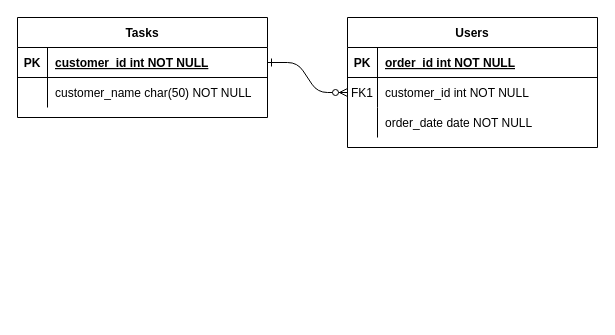
This is entity_relationship_diagram.drawio from reaperxyndrome/my-todo, a draw.io file, before an edit. Source tidied: cells renumbered, new cells numbered last; positions are measured from the earlier drawing's top-left corner, leaving out a move shared by most shapes. Both pictures are drawn from the tidied source at 100%, with x=0, y=0 at pixel (17, 17).
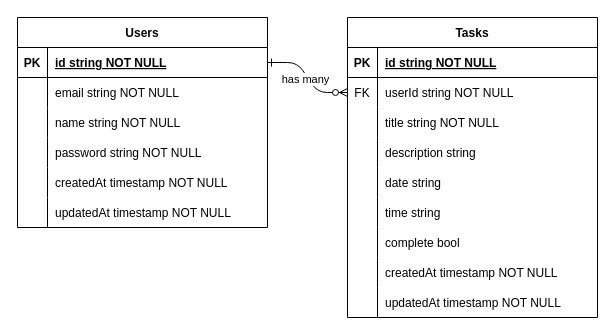
The same page after the edit.

Unchanged cells that the change refers to:
```xml
<mxCell id="14" style="shape=partialRectangle;fillColor=none;points=[[0,0.5],[1,0.5]];portConstraint=eastwest;top=0;left=0;right=0;bottom=1;" parent="13" vertex="1">
  <mxGeometry y="30" width="250" height="30" as="geometry" />
</mxCell>
<mxCell id="17" style="shape=partialRectangle;fillColor=none;top=0;left=0;right=0;bottom=0;" parent="13" vertex="1">
  <mxGeometry y="60" width="250" height="30" as="geometry" />
</mxCell>
```

Change to the diagram source:
```diff
@@
-    <mxCell id="2" style="edgeStyle=entityRelationEdgeStyle;endArrow=ERzeroToMany;startArrow=ERone;endFill=1;startFill=0;" parent="1" edge="1" source="14" target="7">
-      <mxGeometry relative="1" as="geometry" />
+    <mxCell id="2" style="edgeStyle=entityRelationEdgeStyle;endArrow=ERzeroToMany;startArrow=ERone;endFill=1;startFill=0;entryX=0;entryY=0.5;entryDx=0;entryDy=0;" parent="1" edge="1" source="14" target="33">
+      <mxGeometry relative="1" as="geometry">
+        <Array as="points">
+          <mxPoint x="330" y="210" />
+        </Array>
+      </mxGeometry>
     </mxCell>
-    <mxCell id="3" value="Users" style="shape=table;startSize=30;childLayout=tableLayout;rowLines=0;fontStyle=1;align=center;" parent="1" vertex="1">
-      <mxGeometry x="330" width="250" height="130" as="geometry" />
-    </mxCell>
-    <mxCell id="4" style="shape=partialRectangle;fillColor=none;top=0;left=0;right=0;bottom=1;" parent="3" vertex="1">
-      <mxGeometry y="30" width="250" height="30" as="geometry" />
-    </mxCell>
-    <mxCell id="5" value="PK" style="shape=partialRectangle;overflow=hidden;fillColor=none;top=0;left=0;bottom=0;right=0;fontStyle=1;" parent="4" vertex="1">
-      <mxGeometry width="30" height="30" as="geometry" />
-    </mxCell>
-    <mxCell id="6" value="order_id int NOT NULL " style="shape=partialRectangle;overflow=hidden;fillColor=none;top=0;left=0;bottom=0;right=0;align=left;spacingLeft=6;fontStyle=5;" parent="4" vertex="1">
-      <mxGeometry x="30" width="220" height="30" as="geometry" />
-    </mxCell>
-    <mxCell id="7" style="shape=partialRectangle;fillColor=none;points=[[0,0.5],[1,0.5]];portConstraint=eastwest;top=0;left=0;right=0;bottom=0;" parent="3" vertex="1">
-      <mxGeometry y="60" width="250" height="30" as="geometry" />
-    </mxCell>
-    <mxCell id="8" value="FK1" style="shape=partialRectangle;overflow=hidden;fillColor=none;top=0;left=0;bottom=0;right=0;" parent="7" vertex="1">
-      <mxGeometry width="30" height="30" as="geometry" />
-    </mxCell>
-    <mxCell id="9" value="customer_id int NOT NULL" style="shape=partialRectangle;overflow=hidden;fillColor=none;top=0;left=0;bottom=0;right=0;align=left;spacingLeft=6;" parent="7" vertex="1">
-      <mxGeometry x="30" width="220" height="30" as="geometry" />
-    </mxCell>
-    <mxCell id="10" style="shape=partialRectangle;fillColor=none;top=0;left=0;right=0;bottom=0;" parent="3" vertex="1">
-      <mxGeometry y="90" width="250" height="30" as="geometry" />
-    </mxCell>
-    <mxCell id="11" style="shape=partialRectangle;overflow=hidden;fillColor=none;top=0;left=0;bottom=0;right=0;" parent="10" vertex="1">
-      <mxGeometry width="30" height="30" as="geometry" />
-    </mxCell>
-    <mxCell id="12" value="order_date date NOT NULL" style="shape=partialRectangle;overflow=hidden;fillColor=none;top=0;left=0;bottom=0;right=0;align=left;spacingLeft=6;" parent="10" vertex="1">
-      <mxGeometry x="30" width="220" height="30" as="geometry" />
-    </mxCell>
+    <mxCell id="20" value="has many" style="edgeLabel;html=1;align=center;verticalAlign=middle;" parent="2" vertex="1">
+      <mxGeometry x="-0.01" y="-3" relative="1" as="geometry" />
+    </mxCell>
-    <mxCell id="13" value="Tasks" style="shape=table;startSize=30;childLayout=tableLayout;rowLines=0;fontStyle=1;align=center;" parent="1" vertex="1">
-      <mxGeometry width="250" height="100" as="geometry" />
+    <mxCell id="13" value="Users" style="shape=table;startSize=30;childLayout=tableLayout;rowLines=0;fontStyle=1;align=center;" parent="1" vertex="1">
+      <mxGeometry width="250" height="210" as="geometry" />
     </mxCell>
@@
-    <mxCell id="16" value="customer_id int NOT NULL " style="shape=partialRectangle;overflow=hidden;fillColor=none;top=0;left=0;bottom=0;right=0;align=left;spacingLeft=6;fontStyle=5;" parent="14" vertex="1">
+    <mxCell id="16" value="id string NOT NULL " style="shape=partialRectangle;overflow=hidden;fillColor=none;top=0;left=0;bottom=0;right=0;align=left;spacingLeft=6;fontStyle=5;" parent="14" vertex="1">
       <mxGeometry x="30" width="220" height="30" as="geometry" />
     </mxCell>
@@
-    <mxCell id="19" value="customer_name char(50) NOT NULL" style="shape=partialRectangle;overflow=hidden;fillColor=none;top=0;left=0;bottom=0;right=0;align=left;spacingLeft=6;" parent="17" vertex="1">
+    <mxCell id="19" value="email string NOT NULL" style="shape=partialRectangle;overflow=hidden;fillColor=none;top=0;left=0;bottom=0;right=0;align=left;spacingLeft=6;" parent="17" vertex="1">
       <mxGeometry x="30" width="220" height="30" as="geometry" />
     </mxCell>
+    <mxCell id="21" style="shape=partialRectangle;fillColor=none;top=0;left=0;right=0;bottom=0;" parent="13" vertex="1">
+      <mxGeometry y="90" width="250" height="30" as="geometry" />
+    </mxCell>
+    <mxCell id="22" style="shape=partialRectangle;overflow=hidden;fillColor=none;top=0;left=0;bottom=0;right=0;" parent="21" vertex="1">
+      <mxGeometry width="30" height="30" as="geometry" />
+    </mxCell>
+    <mxCell id="23" value="name string NOT NULL" style="shape=partialRectangle;overflow=hidden;fillColor=none;top=0;left=0;bottom=0;right=0;align=left;spacingLeft=6;" parent="21" vertex="1">
+      <mxGeometry x="30" width="220" height="30" as="geometry" />
+    </mxCell>
+    <mxCell id="24" style="shape=partialRectangle;fillColor=none;top=0;left=0;right=0;bottom=0;" parent="13" vertex="1">
+      <mxGeometry y="120" width="250" height="30" as="geometry" />
+    </mxCell>
+    <mxCell id="25" style="shape=partialRectangle;overflow=hidden;fillColor=none;top=0;left=0;bottom=0;right=0;" parent="24" vertex="1">
+      <mxGeometry width="30" height="30" as="geometry" />
+    </mxCell>
+    <mxCell id="26" value="password string NOT NULL" style="shape=partialRectangle;overflow=hidden;fillColor=none;top=0;left=0;bottom=0;right=0;align=left;spacingLeft=6;" parent="24" vertex="1">
+      <mxGeometry x="30" width="220" height="30" as="geometry" />
+    </mxCell>
+    <mxCell id="27" style="shape=partialRectangle;fillColor=none;top=0;left=0;right=0;bottom=0;" parent="13" vertex="1">
+      <mxGeometry y="150" width="250" height="30" as="geometry" />
+    </mxCell>
+    <mxCell id="28" style="shape=partialRectangle;overflow=hidden;fillColor=none;top=0;left=0;bottom=0;right=0;" parent="27" vertex="1">
+      <mxGeometry width="30" height="30" as="geometry" />
+    </mxCell>
+    <mxCell id="29" value="createdAt timestamp NOT NULL" style="shape=partialRectangle;overflow=hidden;fillColor=none;top=0;left=0;bottom=0;right=0;align=left;spacingLeft=6;" parent="27" vertex="1">
+      <mxGeometry x="30" width="220" height="30" as="geometry" />
+    </mxCell>
+    <mxCell id="30" style="shape=partialRectangle;fillColor=none;top=0;left=0;right=0;bottom=0;" parent="13" vertex="1">
+      <mxGeometry y="180" width="250" height="30" as="geometry" />
+    </mxCell>
+    <mxCell id="31" style="shape=partialRectangle;overflow=hidden;fillColor=none;top=0;left=0;bottom=0;right=0;" parent="30" vertex="1">
+      <mxGeometry width="30" height="30" as="geometry" />
+    </mxCell>
+    <mxCell id="32" value="updatedAt timestamp NOT NULL" style="shape=partialRectangle;overflow=hidden;fillColor=none;top=0;left=0;bottom=0;right=0;align=left;spacingLeft=6;" parent="30" vertex="1">
+      <mxGeometry x="30" width="220" height="30" as="geometry" />
+    </mxCell>
+    <mxCell id="3" value="Tasks" style="shape=table;startSize=30;childLayout=tableLayout;rowLines=0;fontStyle=1;align=center;" parent="1" vertex="1">
+      <mxGeometry x="330" width="250" height="300" as="geometry" />
+    </mxCell>
+    <mxCell id="4" style="shape=partialRectangle;fillColor=none;top=0;left=0;right=0;bottom=1;" parent="3" vertex="1">
+      <mxGeometry y="30" width="250" height="30" as="geometry" />
+    </mxCell>
+    <mxCell id="5" value="PK" style="shape=partialRectangle;overflow=hidden;fillColor=none;top=0;left=0;bottom=0;right=0;fontStyle=1;" parent="4" vertex="1">
+      <mxGeometry width="30" height="30" as="geometry" />
+    </mxCell>
+    <mxCell id="6" value="id string NOT NULL " style="shape=partialRectangle;overflow=hidden;fillColor=none;top=0;left=0;bottom=0;right=0;align=left;spacingLeft=6;fontStyle=5;" parent="4" vertex="1">
+      <mxGeometry x="30" width="220" height="30" as="geometry" />
+    </mxCell>
+    <mxCell id="33" style="shape=partialRectangle;fillColor=none;points=[[0,0.5],[1,0.5]];portConstraint=eastwest;top=0;left=0;right=0;bottom=0;" parent="3" vertex="1">
+      <mxGeometry y="60" width="250" height="30" as="geometry" />
+    </mxCell>
+    <mxCell id="34" value="FK" style="shape=partialRectangle;overflow=hidden;fillColor=none;top=0;left=0;bottom=0;right=0;" parent="33" vertex="1">
+      <mxGeometry width="30" height="30" as="geometry" />
+    </mxCell>
+    <mxCell id="35" value="userId string NOT NULL" style="shape=partialRectangle;overflow=hidden;fillColor=none;top=0;left=0;bottom=0;right=0;align=left;spacingLeft=6;" parent="33" vertex="1">
+      <mxGeometry x="30" width="220" height="30" as="geometry" />
+    </mxCell>
+    <mxCell id="7" style="shape=partialRectangle;fillColor=none;points=[[0,0.5],[1,0.5]];portConstraint=eastwest;top=0;left=0;right=0;bottom=0;" parent="3" vertex="1">
+      <mxGeometry y="90" width="250" height="30" as="geometry" />
+    </mxCell>
+    <mxCell id="8" style="shape=partialRectangle;overflow=hidden;fillColor=none;top=0;left=0;bottom=0;right=0;" parent="7" vertex="1">
+      <mxGeometry width="30" height="30" as="geometry" />
+    </mxCell>
+    <mxCell id="9" value="title string NOT NULL" style="shape=partialRectangle;overflow=hidden;fillColor=none;top=0;left=0;bottom=0;right=0;align=left;spacingLeft=6;" parent="7" vertex="1">
+      <mxGeometry x="30" width="220" height="30" as="geometry" />
+    </mxCell>
+    <mxCell id="10" style="shape=partialRectangle;fillColor=none;top=0;left=0;right=0;bottom=0;" parent="3" vertex="1">
+      <mxGeometry y="120" width="250" height="30" as="geometry" />
+    </mxCell>
+    <mxCell id="11" style="shape=partialRectangle;overflow=hidden;fillColor=none;top=0;left=0;bottom=0;right=0;" parent="10" vertex="1">
+      <mxGeometry width="30" height="30" as="geometry" />
+    </mxCell>
+    <mxCell id="12" value="description string" style="shape=partialRectangle;overflow=hidden;fillColor=none;top=0;left=0;bottom=0;right=0;align=left;spacingLeft=6;" parent="10" vertex="1">
+      <mxGeometry x="30" width="220" height="30" as="geometry" />
+    </mxCell>
+    <mxCell id="36" style="shape=partialRectangle;fillColor=none;top=0;left=0;right=0;bottom=0;" parent="3" vertex="1">
+      <mxGeometry y="150" width="250" height="30" as="geometry" />
+    </mxCell>
+    <mxCell id="37" style="shape=partialRectangle;overflow=hidden;fillColor=none;top=0;left=0;bottom=0;right=0;" parent="36" vertex="1">
+      <mxGeometry width="30" height="30" as="geometry" />
+    </mxCell>
+    <mxCell id="38" value="date string" style="shape=partialRectangle;overflow=hidden;fillColor=none;top=0;left=0;bottom=0;right=0;align=left;spacingLeft=6;" parent="36" vertex="1">
+      <mxGeometry x="30" width="220" height="30" as="geometry" />
+    </mxCell>
+    <mxCell id="39" style="shape=partialRectangle;fillColor=none;top=0;left=0;right=0;bottom=0;" parent="3" vertex="1">
+      <mxGeometry y="180" width="250" height="30" as="geometry" />
+    </mxCell>
+    <mxCell id="40" style="shape=partialRectangle;overflow=hidden;fillColor=none;top=0;left=0;bottom=0;right=0;" parent="39" vertex="1">
+      <mxGeometry width="30" height="30" as="geometry" />
+    </mxCell>
+    <mxCell id="41" value="time string" style="shape=partialRectangle;overflow=hidden;fillColor=none;top=0;left=0;bottom=0;right=0;align=left;spacingLeft=6;" parent="39" vertex="1">
+      <mxGeometry x="30" width="220" height="30" as="geometry" />
+    </mxCell>
+    <mxCell id="42" style="shape=partialRectangle;fillColor=none;top=0;left=0;right=0;bottom=0;" parent="3" vertex="1">
+      <mxGeometry y="210" width="250" height="30" as="geometry" />
+    </mxCell>
+    <mxCell id="43" style="shape=partialRectangle;overflow=hidden;fillColor=none;top=0;left=0;bottom=0;right=0;" parent="42" vertex="1">
+      <mxGeometry width="30" height="30" as="geometry" />
+    </mxCell>
+    <mxCell id="44" value="complete bool" style="shape=partialRectangle;overflow=hidden;fillColor=none;top=0;left=0;bottom=0;right=0;align=left;spacingLeft=6;" parent="42" vertex="1">
+      <mxGeometry x="30" width="220" height="30" as="geometry" />
+    </mxCell>
+    <mxCell id="45" style="shape=partialRectangle;fillColor=none;top=0;left=0;right=0;bottom=0;" parent="3" vertex="1">
+      <mxGeometry y="240" width="250" height="30" as="geometry" />
+    </mxCell>
+    <mxCell id="46" style="shape=partialRectangle;overflow=hidden;fillColor=none;top=0;left=0;bottom=0;right=0;" parent="45" vertex="1">
+      <mxGeometry width="30" height="30" as="geometry" />
+    </mxCell>
+    <mxCell id="47" value="createdAt timestamp NOT NULL" style="shape=partialRectangle;overflow=hidden;fillColor=none;top=0;left=0;bottom=0;right=0;align=left;spacingLeft=6;" parent="45" vertex="1">
+      <mxGeometry x="30" width="220" height="30" as="geometry" />
+    </mxCell>
+    <mxCell id="48" style="shape=partialRectangle;fillColor=none;top=0;left=0;right=0;bottom=0;" parent="3" vertex="1">
+      <mxGeometry y="270" width="250" height="30" as="geometry" />
+    </mxCell>
+    <mxCell id="49" style="shape=partialRectangle;overflow=hidden;fillColor=none;top=0;left=0;bottom=0;right=0;" parent="48" vertex="1">
+      <mxGeometry width="30" height="30" as="geometry" />
+    </mxCell>
+    <mxCell id="50" value="updatedAt timestamp NOT NULL" style="shape=partialRectangle;overflow=hidden;fillColor=none;top=0;left=0;bottom=0;right=0;align=left;spacingLeft=6;" parent="48" vertex="1">
+      <mxGeometry x="30" width="220" height="30" as="geometry" />
+    </mxCell>
```
